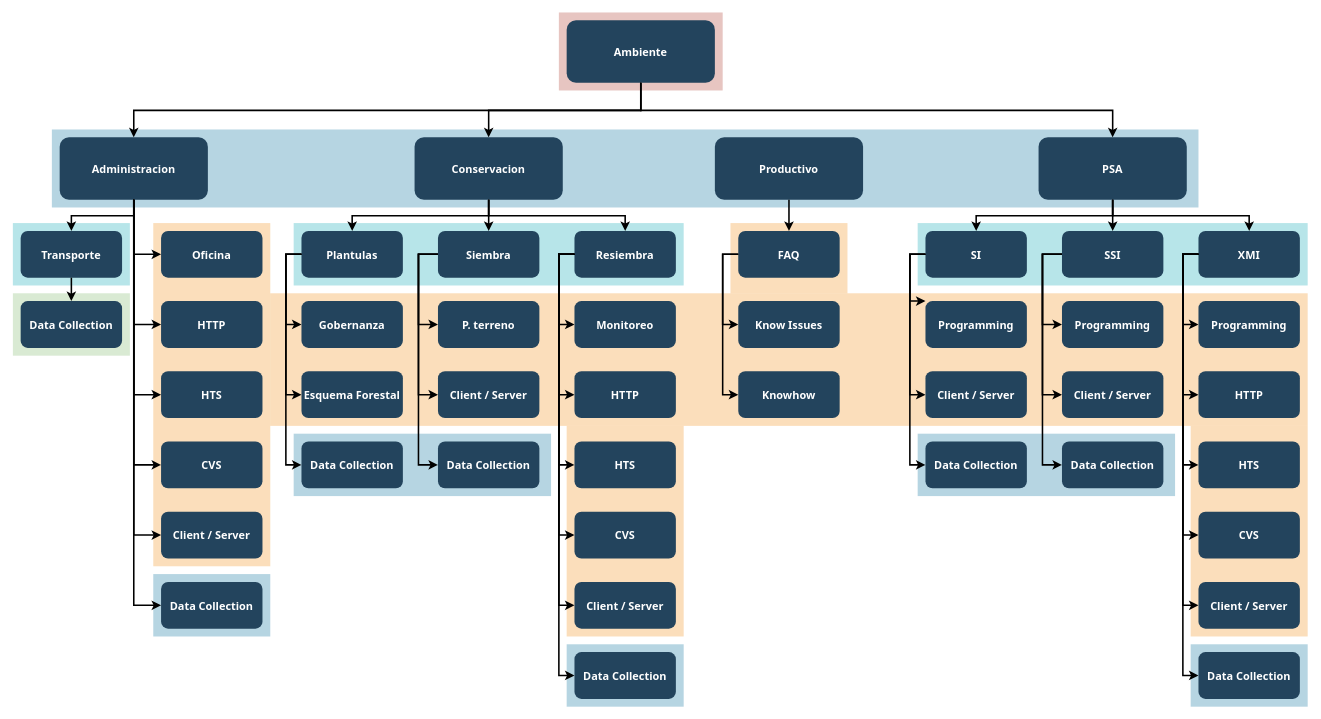
This is EDT_Ambiente.drawio from 6Javier7/proyectos2025, a draw.io file, before an edit. Source tidied: cells renumbered, new cells numbered last; positions are measured from the earlier drawing's top-left corner, leaving out a move shared by most shapes. Both pictures are drawn from the tidied source at 78%, with x=0, y=0 at pixel (12, 12).
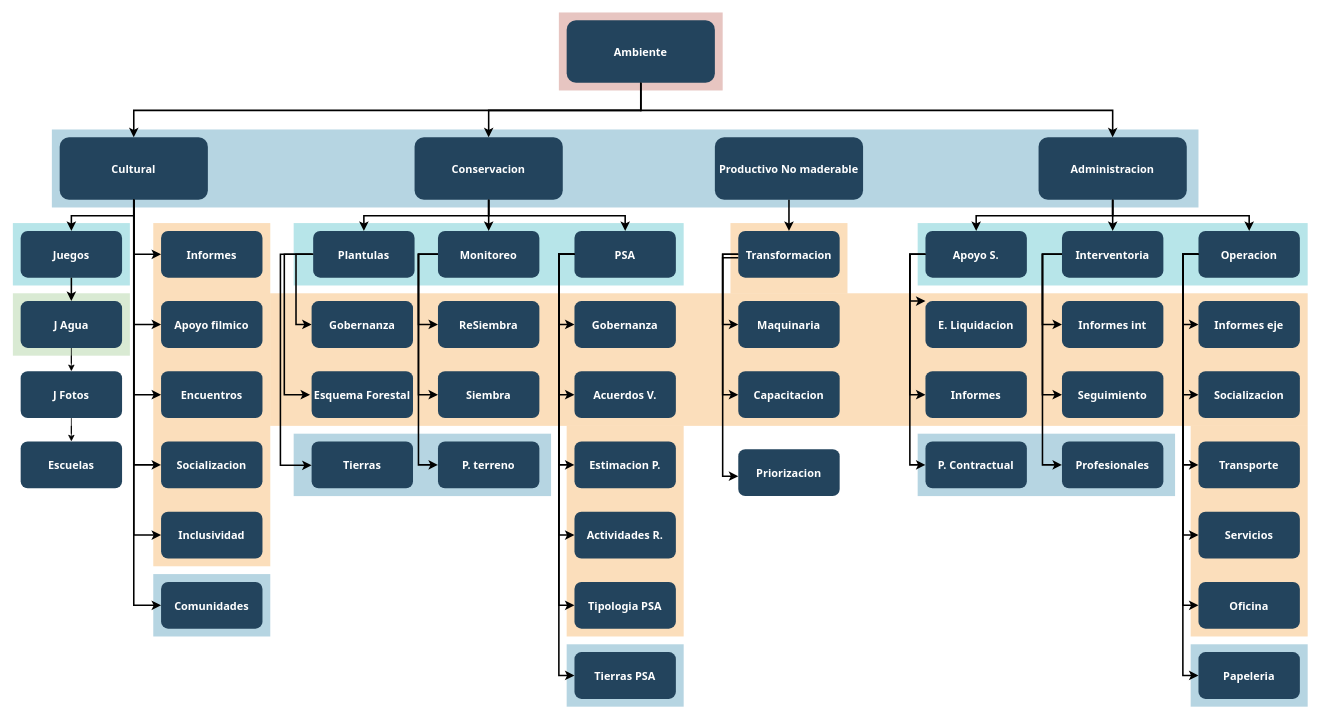
The same page after the edit.

Diff of the diagram source:
```diff
@@
-    <mxCell id="19" value="PSA" style="rounded=1;fillColor=#23445D;gradientColor=none;strokeColor=none;fontColor=#FFFFFF;fontStyle=1;fontFamily=Tahoma;fontSize=14;" parent="1" vertex="1">
+    <mxCell id="19" value="Administracion" style="rounded=1;fillColor=#23445D;gradientColor=none;strokeColor=none;fontColor=#FFFFFF;fontStyle=1;fontFamily=Tahoma;fontSize=14;" parent="1" vertex="1">
       <mxGeometry x="1315" y="159.5" width="190" height="80" as="geometry" />
     </mxCell>
@@
-    <mxCell id="21" value="Productivo" style="rounded=1;fillColor=#23445D;gradientColor=none;strokeColor=none;fontColor=#FFFFFF;fontStyle=1;fontFamily=Tahoma;fontSize=14;" parent="1" vertex="1">
+    <mxCell id="21" value="Productivo No maderable" style="rounded=1;fillColor=#23445D;gradientColor=none;strokeColor=none;fontColor=#FFFFFF;fontStyle=1;fontFamily=Tahoma;fontSize=14;" parent="1" vertex="1">
       <mxGeometry x="900" y="159.5" width="190" height="80" as="geometry" />
     </mxCell>
@@
-    <mxCell id="23" value="Administracion" style="rounded=1;fillColor=#23445D;gradientColor=none;strokeColor=none;fontColor=#FFFFFF;fontStyle=1;fontFamily=Tahoma;fontSize=14;" parent="1" vertex="1">
+    <mxCell id="23" value="Cultural" style="rounded=1;fillColor=#23445D;gradientColor=none;strokeColor=none;fontColor=#FFFFFF;fontStyle=1;fontFamily=Tahoma;fontSize=14;" parent="1" vertex="1">
       <mxGeometry x="60" y="159.5" width="190" height="80" as="geometry" />
     </mxCell>
-    <mxCell id="24" value="Transporte" style="rounded=1;fillColor=#23445D;gradientColor=none;strokeColor=none;fontColor=#FFFFFF;fontStyle=1;fontFamily=Tahoma;fontSize=14;" parent="1" vertex="1">
+    <mxCell id="24" value="Juegos" style="rounded=1;fillColor=#23445D;gradientColor=none;strokeColor=none;fontColor=#FFFFFF;fontStyle=1;fontFamily=Tahoma;fontSize=14;" parent="1" vertex="1">
       <mxGeometry x="10" y="279.5" width="130" height="60" as="geometry" />
     </mxCell>
+    <mxCell id="108" style="edgeStyle=orthogonalEdgeStyle;rounded=0;jettySize=auto;html=1;" parent="1" edge="1" source="25" target="110">
+      <mxGeometry relative="1" as="geometry" />
+    </mxCell>
-    <mxCell id="25" value="Data Collection" style="rounded=1;fillColor=#23445D;gradientColor=none;strokeColor=none;fontColor=#FFFFFF;fontStyle=1;fontFamily=Tahoma;fontSize=14;" parent="1" vertex="1">
+    <mxCell id="25" value="J Agua" style="rounded=1;fillColor=#23445D;gradientColor=none;strokeColor=none;fontColor=#FFFFFF;fontStyle=1;fontFamily=Tahoma;fontSize=14;" parent="1" vertex="1">
       <mxGeometry x="10" y="369.5" width="130" height="60" as="geometry" />
     </mxCell>
-    <mxCell id="26" value="Oficina" style="rounded=1;fillColor=#23445D;gradientColor=none;strokeColor=none;fontColor=#FFFFFF;fontStyle=1;fontFamily=Tahoma;fontSize=14;" parent="1" vertex="1">
+    <mxCell id="26" value="Informes" style="rounded=1;fillColor=#23445D;gradientColor=none;strokeColor=none;fontColor=#FFFFFF;fontStyle=1;fontFamily=Tahoma;fontSize=14;" parent="1" vertex="1">
       <mxGeometry x="190" y="279.5" width="130" height="60" as="geometry" />
     </mxCell>
-    <mxCell id="27" value="HTTP" style="rounded=1;fillColor=#23445D;gradientColor=none;strokeColor=none;fontColor=#FFFFFF;fontStyle=1;fontFamily=Tahoma;fontSize=14;" parent="1" vertex="1">
+    <mxCell id="27" value="Apoyo filmico" style="rounded=1;fillColor=#23445D;gradientColor=none;strokeColor=none;fontColor=#FFFFFF;fontStyle=1;fontFamily=Tahoma;fontSize=14;" parent="1" vertex="1">
       <mxGeometry x="190" y="369.5" width="130" height="60" as="geometry" />
     </mxCell>
-    <mxCell id="28" value="HTS" style="rounded=1;fillColor=#23445D;gradientColor=none;strokeColor=none;fontColor=#FFFFFF;fontStyle=1;fontFamily=Tahoma;fontSize=14;" parent="1" vertex="1">
+    <mxCell id="28" value="Encuentros" style="rounded=1;fillColor=#23445D;gradientColor=none;strokeColor=none;fontColor=#FFFFFF;fontStyle=1;fontFamily=Tahoma;fontSize=14;" parent="1" vertex="1">
       <mxGeometry x="190" y="459.5" width="130" height="60" as="geometry" />
     </mxCell>
-    <mxCell id="29" value="CVS" style="rounded=1;fillColor=#23445D;gradientColor=none;strokeColor=none;fontColor=#FFFFFF;fontStyle=1;fontFamily=Tahoma;fontSize=14;" parent="1" vertex="1">
+    <mxCell id="29" value="Socializacion" style="rounded=1;fillColor=#23445D;gradientColor=none;strokeColor=none;fontColor=#FFFFFF;fontStyle=1;fontFamily=Tahoma;fontSize=14;" parent="1" vertex="1">
       <mxGeometry x="190" y="549.5" width="130" height="60" as="geometry" />
     </mxCell>
-    <mxCell id="30" value="Client / Server" style="rounded=1;fillColor=#23445D;gradientColor=none;strokeColor=none;fontColor=#FFFFFF;fontStyle=1;fontFamily=Tahoma;fontSize=14;" parent="1" vertex="1">
+    <mxCell id="30" value="Inclusividad" style="rounded=1;fillColor=#23445D;gradientColor=none;strokeColor=none;fontColor=#FFFFFF;fontStyle=1;fontFamily=Tahoma;fontSize=14;" parent="1" vertex="1">
       <mxGeometry x="190" y="639.5" width="130" height="60" as="geometry" />
     </mxCell>
-    <mxCell id="31" value="Data Collection" style="rounded=1;fillColor=#23445D;gradientColor=none;strokeColor=none;fontColor=#FFFFFF;fontStyle=1;fontFamily=Tahoma;fontSize=14;" parent="1" vertex="1">
+    <mxCell id="31" value="Comunidades" style="rounded=1;fillColor=#23445D;gradientColor=none;strokeColor=none;fontColor=#FFFFFF;fontStyle=1;fontFamily=Tahoma;fontSize=14;" parent="1" vertex="1">
       <mxGeometry x="190" y="729.5" width="130" height="60" as="geometry" />
     </mxCell>
     <mxCell id="32" value="Plantulas" style="rounded=1;fillColor=#23445D;gradientColor=none;strokeColor=none;fontColor=#FFFFFF;fontStyle=1;fontFamily=Tahoma;fontSize=14;" parent="1" vertex="1">
-      <mxGeometry x="370" y="279.5" width="130" height="60" as="geometry" />
+      <mxGeometry x="385" y="279.5" width="130" height="60" as="geometry" />
     </mxCell>
     <mxCell id="33" value="Gobernanza" style="rounded=1;fillColor=#23445D;gradientColor=none;strokeColor=none;fontColor=#FFFFFF;fontStyle=1;fontFamily=Tahoma;fontSize=14;" parent="1" vertex="1">
-      <mxGeometry x="370" y="369.5" width="130" height="60" as="geometry" />
+      <mxGeometry x="383" y="369.5" width="130" height="60" as="geometry" />
     </mxCell>
     <mxCell id="34" value="Esquema Forestal" style="rounded=1;fillColor=#23445D;gradientColor=none;strokeColor=none;fontColor=#FFFFFF;fontStyle=1;fontFamily=Tahoma;fontSize=14;" parent="1" vertex="1">
-      <mxGeometry x="370" y="459.5" width="130" height="60" as="geometry" />
+      <mxGeometry x="383" y="459.5" width="130" height="60" as="geometry" />
     </mxCell>
-    <mxCell id="35" value="Data Collection" style="rounded=1;fillColor=#23445D;gradientColor=none;strokeColor=none;fontColor=#FFFFFF;fontStyle=1;fontFamily=Tahoma;fontSize=14;" parent="1" vertex="1">
-      <mxGeometry x="370" y="549.5" width="130" height="60" as="geometry" />
+    <mxCell id="35" value="Tierras" style="rounded=1;fillColor=#23445D;gradientColor=none;strokeColor=none;fontColor=#FFFFFF;fontStyle=1;fontFamily=Tahoma;fontSize=14;" parent="1" vertex="1">
+      <mxGeometry x="383" y="549.5" width="130" height="60" as="geometry" />
     </mxCell>
-    <mxCell id="36" value="Siembra" style="rounded=1;fillColor=#23445D;gradientColor=none;strokeColor=none;fontColor=#FFFFFF;fontStyle=1;fontFamily=Tahoma;fontSize=14;" parent="1" vertex="1">
+    <mxCell id="36" value="Monitoreo" style="rounded=1;fillColor=#23445D;gradientColor=none;strokeColor=none;fontColor=#FFFFFF;fontStyle=1;fontFamily=Tahoma;fontSize=14;" parent="1" vertex="1">
       <mxGeometry x="545" y="279.5" width="130" height="60" as="geometry" />
     </mxCell>
-    <mxCell id="37" value="P. terreno" style="rounded=1;fillColor=#23445D;gradientColor=none;strokeColor=none;fontColor=#FFFFFF;fontStyle=1;fontFamily=Tahoma;fontSize=14;" parent="1" vertex="1">
+    <mxCell id="37" value="ReSiembra" style="rounded=1;fillColor=#23445D;gradientColor=none;strokeColor=none;fontColor=#FFFFFF;fontStyle=1;fontFamily=Tahoma;fontSize=14;" parent="1" vertex="1">
       <mxGeometry x="545" y="369.5" width="130" height="60" as="geometry" />
     </mxCell>
-    <mxCell id="38" value="Client / Server" style="rounded=1;fillColor=#23445D;gradientColor=none;strokeColor=none;fontColor=#FFFFFF;fontStyle=1;fontFamily=Tahoma;fontSize=14;" parent="1" vertex="1">
+    <mxCell id="38" value="Siembra" style="rounded=1;fillColor=#23445D;gradientColor=none;strokeColor=none;fontColor=#FFFFFF;fontStyle=1;fontFamily=Tahoma;fontSize=14;" parent="1" vertex="1">
       <mxGeometry x="545" y="459.5" width="130" height="60" as="geometry" />
     </mxCell>
-    <mxCell id="39" value="Data Collection" style="rounded=1;fillColor=#23445D;gradientColor=none;strokeColor=none;fontColor=#FFFFFF;fontStyle=1;fontFamily=Tahoma;fontSize=14;" parent="1" vertex="1">
+    <mxCell id="39" value="P. terreno" style="rounded=1;fillColor=#23445D;gradientColor=none;strokeColor=none;fontColor=#FFFFFF;fontStyle=1;fontFamily=Tahoma;fontSize=14;" parent="1" vertex="1">
       <mxGeometry x="545" y="549.5" width="130" height="60" as="geometry" />
     </mxCell>
-    <mxCell id="40" value="Resiembra" style="rounded=1;fillColor=#23445D;gradientColor=none;strokeColor=none;fontColor=#FFFFFF;fontStyle=1;fontFamily=Tahoma;fontSize=14;" parent="1" vertex="1">
+    <mxCell id="40" value="PSA" style="rounded=1;fillColor=#23445D;gradientColor=none;strokeColor=none;fontColor=#FFFFFF;fontStyle=1;fontFamily=Tahoma;fontSize=14;" parent="1" vertex="1">
       <mxGeometry x="720" y="279.5" width="130" height="60" as="geometry" />
     </mxCell>
-    <mxCell id="41" value="Monitoreo" style="rounded=1;fillColor=#23445D;gradientColor=none;strokeColor=none;fontColor=#FFFFFF;fontStyle=1;fontFamily=Tahoma;fontSize=14;" parent="1" vertex="1">
+    <mxCell id="41" value="Gobernanza" style="rounded=1;fillColor=#23445D;gradientColor=none;strokeColor=none;fontColor=#FFFFFF;fontStyle=1;fontFamily=Tahoma;fontSize=14;" parent="1" vertex="1">
       <mxGeometry x="720" y="369.5" width="130" height="60" as="geometry" />
     </mxCell>
-    <mxCell id="42" value="HTTP" style="rounded=1;fillColor=#23445D;gradientColor=none;strokeColor=none;fontColor=#FFFFFF;fontStyle=1;fontFamily=Tahoma;fontSize=14;" parent="1" vertex="1">
+    <mxCell id="42" value="Acuerdos V." style="rounded=1;fillColor=#23445D;gradientColor=none;strokeColor=none;fontColor=#FFFFFF;fontStyle=1;fontFamily=Tahoma;fontSize=14;" parent="1" vertex="1">
       <mxGeometry x="720" y="459.5" width="130" height="60" as="geometry" />
     </mxCell>
-    <mxCell id="43" value="HTS" style="rounded=1;fillColor=#23445D;gradientColor=none;strokeColor=none;fontColor=#FFFFFF;fontStyle=1;fontFamily=Tahoma;fontSize=14;" parent="1" vertex="1">
+    <mxCell id="43" value="Estimacion P." style="rounded=1;fillColor=#23445D;gradientColor=none;strokeColor=none;fontColor=#FFFFFF;fontStyle=1;fontFamily=Tahoma;fontSize=14;" parent="1" vertex="1">
       <mxGeometry x="720" y="549.5" width="130" height="60" as="geometry" />
     </mxCell>
-    <mxCell id="44" value="CVS" style="rounded=1;fillColor=#23445D;gradientColor=none;strokeColor=none;fontColor=#FFFFFF;fontStyle=1;fontFamily=Tahoma;fontSize=14;" parent="1" vertex="1">
+    <mxCell id="44" value="Actividades R." style="rounded=1;fillColor=#23445D;gradientColor=none;strokeColor=none;fontColor=#FFFFFF;fontStyle=1;fontFamily=Tahoma;fontSize=14;" parent="1" vertex="1">
       <mxGeometry x="720" y="639.5" width="130" height="60" as="geometry" />
     </mxCell>
-    <mxCell id="45" value="Client / Server" style="rounded=1;fillColor=#23445D;gradientColor=none;strokeColor=none;fontColor=#FFFFFF;fontStyle=1;fontFamily=Tahoma;fontSize=14;" parent="1" vertex="1">
+    <mxCell id="45" value="Tipologia PSA" style="rounded=1;fillColor=#23445D;gradientColor=none;strokeColor=none;fontColor=#FFFFFF;fontStyle=1;fontFamily=Tahoma;fontSize=14;" parent="1" vertex="1">
       <mxGeometry x="720" y="729.5" width="130" height="60" as="geometry" />
     </mxCell>
-    <mxCell id="46" value="Data Collection" style="rounded=1;fillColor=#23445D;gradientColor=none;strokeColor=none;fontColor=#FFFFFF;fontStyle=1;fontFamily=Tahoma;fontSize=14;" parent="1" vertex="1">
+    <mxCell id="46" value="Tierras PSA" style="rounded=1;fillColor=#23445D;gradientColor=none;strokeColor=none;fontColor=#FFFFFF;fontStyle=1;fontFamily=Tahoma;fontSize=14;" parent="1" vertex="1">
       <mxGeometry x="720" y="819.5" width="130" height="60" as="geometry" />
     </mxCell>
-    <mxCell id="47" value="FAQ" style="rounded=1;fillColor=#23445D;gradientColor=none;strokeColor=none;fontColor=#FFFFFF;fontStyle=1;fontFamily=Tahoma;fontSize=14;" parent="1" vertex="1">
+    <mxCell id="47" value="Transformacion" style="rounded=1;fillColor=#23445D;gradientColor=none;strokeColor=none;fontColor=#FFFFFF;fontStyle=1;fontFamily=Tahoma;fontSize=14;" parent="1" vertex="1">
       <mxGeometry x="930" y="279.5" width="130" height="60" as="geometry" />
     </mxCell>
-    <mxCell id="48" value="Know Issues" style="rounded=1;fillColor=#23445D;gradientColor=none;strokeColor=none;fontColor=#FFFFFF;fontStyle=1;fontFamily=Tahoma;fontSize=14;" parent="1" vertex="1">
+    <mxCell id="48" value="Maquinaria" style="rounded=1;fillColor=#23445D;gradientColor=none;strokeColor=none;fontColor=#FFFFFF;fontStyle=1;fontFamily=Tahoma;fontSize=14;" parent="1" vertex="1">
       <mxGeometry x="930" y="369.5" width="130" height="60" as="geometry" />
     </mxCell>
-    <mxCell id="49" value="Knowhow" style="rounded=1;fillColor=#23445D;gradientColor=none;strokeColor=none;fontColor=#FFFFFF;fontStyle=1;fontFamily=Tahoma;fontSize=14;" parent="1" vertex="1">
+    <mxCell id="49" value="Capacitacion" style="rounded=1;fillColor=#23445D;gradientColor=none;strokeColor=none;fontColor=#FFFFFF;fontStyle=1;fontFamily=Tahoma;fontSize=14;" parent="1" vertex="1">
       <mxGeometry x="930" y="459.5" width="130" height="60" as="geometry" />
     </mxCell>
-    <mxCell id="50" value="SI" style="rounded=1;fillColor=#23445D;gradientColor=none;strokeColor=none;fontColor=#FFFFFF;fontStyle=1;fontFamily=Tahoma;fontSize=14;" parent="1" vertex="1">
+    <mxCell id="50" value="Apoyo S." style="rounded=1;fillColor=#23445D;gradientColor=none;strokeColor=none;fontColor=#FFFFFF;fontStyle=1;fontFamily=Tahoma;fontSize=14;" parent="1" vertex="1">
       <mxGeometry x="1170" y="279.5" width="130" height="60" as="geometry" />
     </mxCell>
-    <mxCell id="51" value="Programming" style="rounded=1;fillColor=#23445D;gradientColor=none;strokeColor=none;fontColor=#FFFFFF;fontStyle=1;fontFamily=Tahoma;fontSize=14;" parent="1" vertex="1">
+    <mxCell id="51" value="E. Liquidacion" style="rounded=1;fillColor=#23445D;gradientColor=none;strokeColor=none;fontColor=#FFFFFF;fontStyle=1;fontFamily=Tahoma;fontSize=14;" parent="1" vertex="1">
       <mxGeometry x="1170" y="369.5" width="130" height="60" as="geometry" />
     </mxCell>
-    <mxCell id="52" value="Client / Server" style="rounded=1;fillColor=#23445D;gradientColor=none;strokeColor=none;fontColor=#FFFFFF;fontStyle=1;fontFamily=Tahoma;fontSize=14;" parent="1" vertex="1">
+    <mxCell id="52" value="Informes" style="rounded=1;fillColor=#23445D;gradientColor=none;strokeColor=none;fontColor=#FFFFFF;fontStyle=1;fontFamily=Tahoma;fontSize=14;" parent="1" vertex="1">
       <mxGeometry x="1170" y="459.5" width="130" height="60" as="geometry" />
     </mxCell>
-    <mxCell id="53" value="Data Collection" style="rounded=1;fillColor=#23445D;gradientColor=none;strokeColor=none;fontColor=#FFFFFF;fontStyle=1;fontFamily=Tahoma;fontSize=14;" parent="1" vertex="1">
+    <mxCell id="53" value="P. Contractual" style="rounded=1;fillColor=#23445D;gradientColor=none;strokeColor=none;fontColor=#FFFFFF;fontStyle=1;fontFamily=Tahoma;fontSize=14;" parent="1" vertex="1">
       <mxGeometry x="1170" y="549.5" width="130" height="60" as="geometry" />
     </mxCell>
-    <mxCell id="54" value="SSI" style="rounded=1;fillColor=#23445D;gradientColor=none;strokeColor=none;fontColor=#FFFFFF;fontStyle=1;fontFamily=Tahoma;fontSize=14;" parent="1" vertex="1">
+    <mxCell id="54" value="Interventoria" style="rounded=1;fillColor=#23445D;gradientColor=none;strokeColor=none;fontColor=#FFFFFF;fontStyle=1;fontFamily=Tahoma;fontSize=14;" parent="1" vertex="1">
       <mxGeometry x="1345" y="279.5" width="130" height="60" as="geometry" />
     </mxCell>
-    <mxCell id="55" value="Programming" style="rounded=1;fillColor=#23445D;gradientColor=none;strokeColor=none;fontColor=#FFFFFF;fontStyle=1;fontFamily=Tahoma;fontSize=14;" parent="1" vertex="1">
+    <mxCell id="55" value="Informes int" style="rounded=1;fillColor=#23445D;gradientColor=none;strokeColor=none;fontColor=#FFFFFF;fontStyle=1;fontFamily=Tahoma;fontSize=14;" parent="1" vertex="1">
       <mxGeometry x="1345" y="369.5" width="130" height="60" as="geometry" />
     </mxCell>
-    <mxCell id="56" value="Client / Server" style="rounded=1;fillColor=#23445D;gradientColor=none;strokeColor=none;fontColor=#FFFFFF;fontStyle=1;fontFamily=Tahoma;fontSize=14;" parent="1" vertex="1">
+    <mxCell id="56" value="Seguimiento" style="rounded=1;fillColor=#23445D;gradientColor=none;strokeColor=none;fontColor=#FFFFFF;fontStyle=1;fontFamily=Tahoma;fontSize=14;" parent="1" vertex="1">
       <mxGeometry x="1345" y="459.5" width="130" height="60" as="geometry" />
     </mxCell>
-    <mxCell id="57" value="Data Collection" style="rounded=1;fillColor=#23445D;gradientColor=none;strokeColor=none;fontColor=#FFFFFF;fontStyle=1;fontFamily=Tahoma;fontSize=14;" parent="1" vertex="1">
+    <mxCell id="57" value="Profesionales" style="rounded=1;fillColor=#23445D;gradientColor=none;strokeColor=none;fontColor=#FFFFFF;fontStyle=1;fontFamily=Tahoma;fontSize=14;" parent="1" vertex="1">
       <mxGeometry x="1345" y="549.5" width="130" height="60" as="geometry" />
     </mxCell>
-    <mxCell id="58" value="XMI" style="rounded=1;fillColor=#23445D;gradientColor=none;strokeColor=none;fontColor=#FFFFFF;fontStyle=1;fontFamily=Tahoma;fontSize=14;" parent="1" vertex="1">
+    <mxCell id="58" value="Operacion" style="rounded=1;fillColor=#23445D;gradientColor=none;strokeColor=none;fontColor=#FFFFFF;fontStyle=1;fontFamily=Tahoma;fontSize=14;" parent="1" vertex="1">
       <mxGeometry x="1520" y="279.5" width="130" height="60" as="geometry" />
     </mxCell>
-    <mxCell id="59" value="Programming" style="rounded=1;fillColor=#23445D;gradientColor=none;strokeColor=none;fontColor=#FFFFFF;fontStyle=1;fontFamily=Tahoma;fontSize=14;" parent="1" vertex="1">
+    <mxCell id="59" value="Informes eje" style="rounded=1;fillColor=#23445D;gradientColor=none;strokeColor=none;fontColor=#FFFFFF;fontStyle=1;fontFamily=Tahoma;fontSize=14;" parent="1" vertex="1">
       <mxGeometry x="1520" y="369.5" width="130" height="60" as="geometry" />
     </mxCell>
-    <mxCell id="60" value="HTTP" style="rounded=1;fillColor=#23445D;gradientColor=none;strokeColor=none;fontColor=#FFFFFF;fontStyle=1;fontFamily=Tahoma;fontSize=14;" parent="1" vertex="1">
+    <mxCell id="60" value="Socializacion" style="rounded=1;fillColor=#23445D;gradientColor=none;strokeColor=none;fontColor=#FFFFFF;fontStyle=1;fontFamily=Tahoma;fontSize=14;" parent="1" vertex="1">
       <mxGeometry x="1520" y="459.5" width="130" height="60" as="geometry" />
     </mxCell>
-    <mxCell id="61" value="HTS" style="rounded=1;fillColor=#23445D;gradientColor=none;strokeColor=none;fontColor=#FFFFFF;fontStyle=1;fontFamily=Tahoma;fontSize=14;" parent="1" vertex="1">
+    <mxCell id="61" value="Transporte" style="rounded=1;fillColor=#23445D;gradientColor=none;strokeColor=none;fontColor=#FFFFFF;fontStyle=1;fontFamily=Tahoma;fontSize=14;" parent="1" vertex="1">
       <mxGeometry x="1520" y="549.5" width="130" height="60" as="geometry" />
     </mxCell>
-    <mxCell id="62" value="CVS" style="rounded=1;fillColor=#23445D;gradientColor=none;strokeColor=none;fontColor=#FFFFFF;fontStyle=1;fontFamily=Tahoma;fontSize=14;" parent="1" vertex="1">
+    <mxCell id="62" value="Servicios" style="rounded=1;fillColor=#23445D;gradientColor=none;strokeColor=none;fontColor=#FFFFFF;fontStyle=1;fontFamily=Tahoma;fontSize=14;" parent="1" vertex="1">
       <mxGeometry x="1520" y="639.5" width="130" height="60" as="geometry" />
     </mxCell>
-    <mxCell id="63" value="Client / Server" style="rounded=1;fillColor=#23445D;gradientColor=none;strokeColor=none;fontColor=#FFFFFF;fontStyle=1;fontFamily=Tahoma;fontSize=14;" parent="1" vertex="1">
+    <mxCell id="63" value="Oficina" style="rounded=1;fillColor=#23445D;gradientColor=none;strokeColor=none;fontColor=#FFFFFF;fontStyle=1;fontFamily=Tahoma;fontSize=14;" parent="1" vertex="1">
       <mxGeometry x="1520" y="729.5" width="130" height="60" as="geometry" />
     </mxCell>
-    <mxCell id="64" value="Data Collection" style="rounded=1;fillColor=#23445D;gradientColor=none;strokeColor=none;fontColor=#FFFFFF;fontStyle=1;fontFamily=Tahoma;fontSize=14;" parent="1" vertex="1">
+    <mxCell id="64" value="Papeleria" style="rounded=1;fillColor=#23445D;gradientColor=none;strokeColor=none;fontColor=#FFFFFF;fontStyle=1;fontFamily=Tahoma;fontSize=14;" parent="1" vertex="1">
       <mxGeometry x="1520" y="819.5" width="130" height="60" as="geometry" />
     </mxCell>
@@
     <mxCell id="74" style="edgeStyle=elbowEdgeStyle;elbow=horizontal;strokeWidth=2;rounded=0;" parent="1" edge="1" source="32" target="33">
       <mxGeometry x="-23" y="135.5" as="geometry">
         <Array as="points">
+          <mxPoint x="363" y="344" />
           <mxPoint x="350" y="359.5" />
         </Array>
       </mxGeometry>
     </mxCell>
-    <mxCell id="75" style="edgeStyle=elbowEdgeStyle;elbow=horizontal;strokeWidth=2;rounded=0;" parent="1" edge="1" source="32" target="34">
+    <mxCell id="75" style="edgeStyle=elbowEdgeStyle;elbow=horizontal;strokeWidth=2;rounded=0;" parent="1" edge="1">
       <mxGeometry x="-23" y="135.5" as="geometry">
+        <mxPoint x="383" y="309.5" as="sourcePoint" />
+        <mxPoint x="381" y="489.5" as="targetPoint" />
         <Array as="points">
-          <mxPoint x="350" y="399.5" />
+          <mxPoint x="348" y="399.5" />
         </Array>
       </mxGeometry>
     </mxCell>
     <mxCell id="76" style="edgeStyle=elbowEdgeStyle;elbow=horizontal;strokeWidth=2;rounded=0;" parent="1" edge="1" source="32" target="35">
       <mxGeometry x="-23" y="135.5" as="geometry">
         <Array as="points">
+          <mxPoint x="343" y="580" />
+          <mxPoint x="343" y="364" />
+          <mxPoint x="343" y="354" />
+          <mxPoint x="343" y="354" />
+          <mxPoint x="363" y="554" />
+          <mxPoint x="363" y="434" />
           <mxPoint x="350" y="439.5" />
         </Array>
       </mxGeometry>
     </mxCell>
@@
+    <mxCell id="109" style="edgeStyle=orthogonalEdgeStyle;rounded=0;jettySize=auto;html=1;" parent="1" edge="1" source="110" target="111">
+      <mxGeometry relative="1" as="geometry" />
+    </mxCell>
+    <mxCell id="110" value="J Fotos" style="rounded=1;fillColor=#23445D;gradientColor=none;strokeColor=none;fontColor=#FFFFFF;fontStyle=1;fontFamily=Tahoma;fontSize=14;" parent="1" vertex="1">
+      <mxGeometry x="10" y="459.5" width="130" height="60" as="geometry" />
+    </mxCell>
+    <mxCell id="111" value="Escuelas" style="rounded=1;fillColor=#23445D;gradientColor=none;strokeColor=none;fontColor=#FFFFFF;fontStyle=1;fontFamily=Tahoma;fontSize=14;" parent="1" vertex="1">
+      <mxGeometry x="10" y="549.5" width="130" height="60" as="geometry" />
+    </mxCell>
+    <mxCell id="112" style="edgeStyle=elbowEdgeStyle;elbow=horizontal;strokeWidth=2;rounded=0;" parent="1" edge="1">
+      <mxGeometry x="-23" y="135.5" as="geometry">
+        <mxPoint x="930" y="314" as="sourcePoint" />
+        <mxPoint x="930" y="594" as="targetPoint" />
+        <Array as="points">
+          <mxPoint x="910" y="413.5" />
+        </Array>
+      </mxGeometry>
+    </mxCell>
+    <mxCell id="113" value="Priorizacion" style="rounded=1;fillColor=#23445D;gradientColor=none;strokeColor=none;fontColor=#FFFFFF;fontStyle=1;fontFamily=Tahoma;fontSize=14;" parent="1" vertex="1">
+      <mxGeometry x="930" y="559.5" width="130" height="60" as="geometry" />
+    </mxCell>
```
